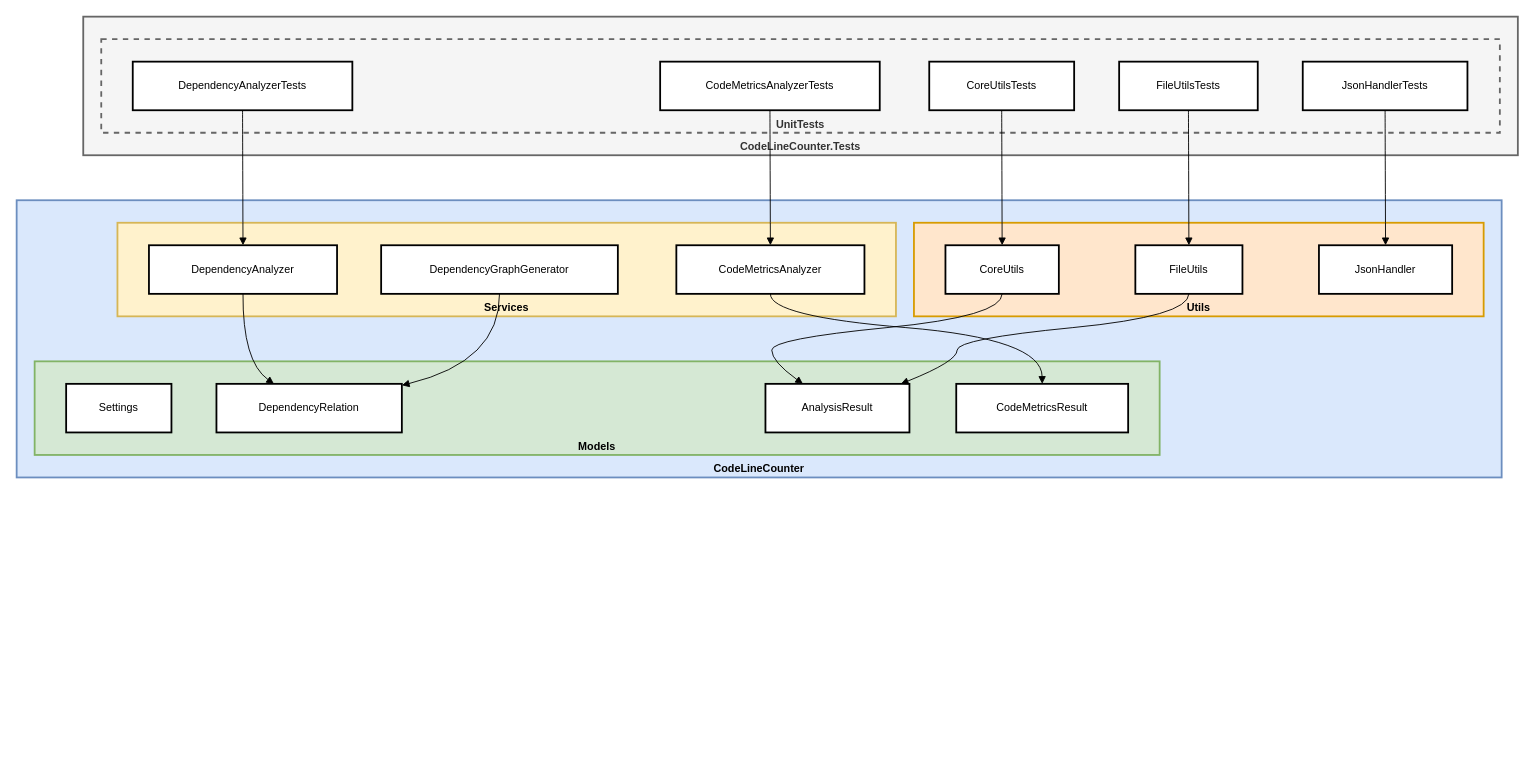
Earlier version of the draw.io diagram assets/archi.drawio (magic5644/codeLineCounter). Source tidied: cells renumbered, new cells numbered last; positions are measured from the earlier drawing's top-left corner, leaving out a move shared by most shapes. Both pictures are drawn from the tidied source at 90%, with x=0, y=0 at pixel (16, 16).
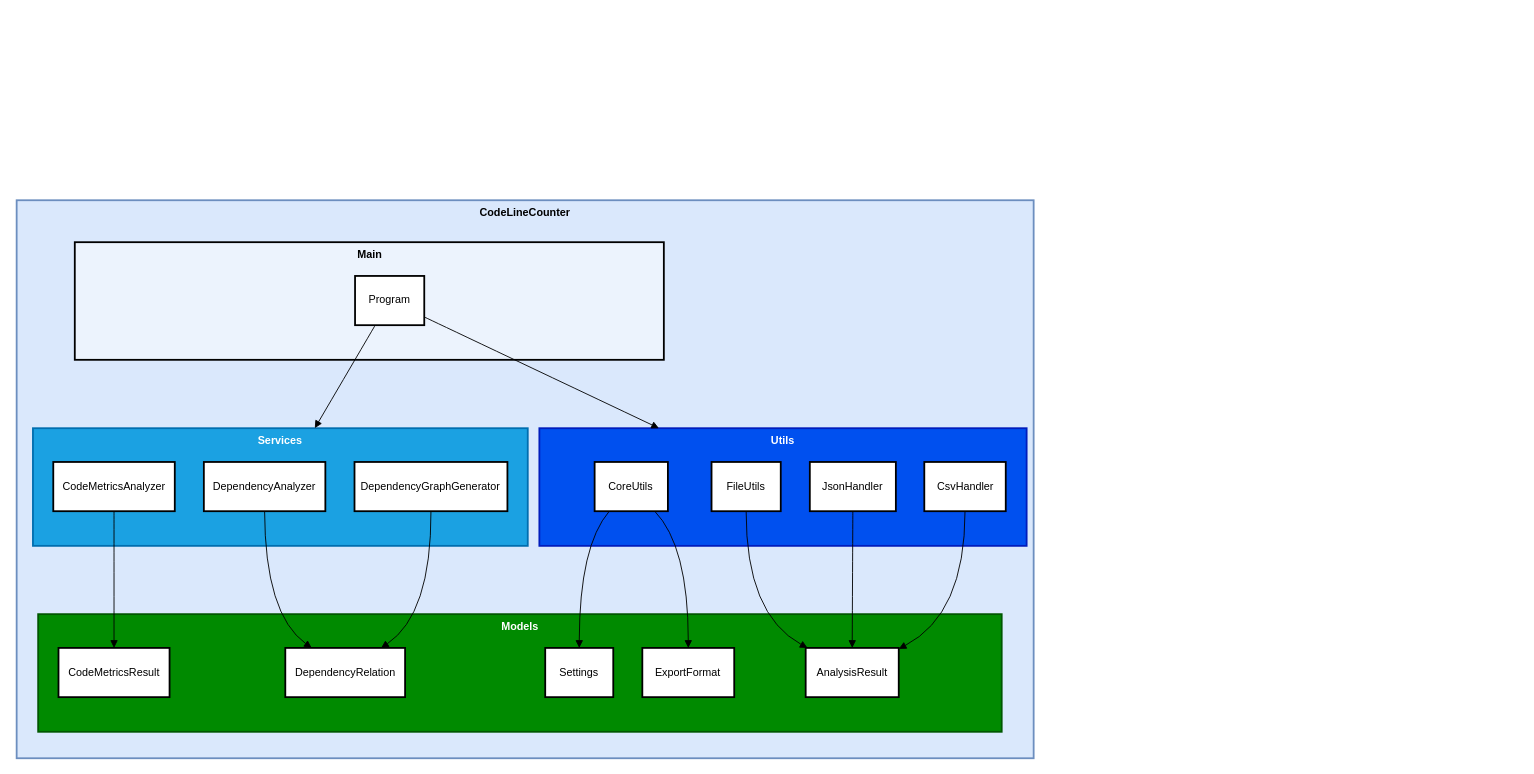
The same diagram, later.

Commit message:
refactor: improve code drawio architectural readability

Change to the diagram source:
```diff
@@
-    <mxCell id="2" value="CodeLineCounter.Tests" style="whiteSpace=wrap;strokeWidth=2;verticalAlign=bottom;fontStyle=1;fillColor=#f5f5f5;fontColor=#333333;strokeColor=#666666;" parent="1" vertex="1">
-      <mxGeometry x="74" width="1594" height="154" as="geometry" />
-    </mxCell>
-    <mxCell id="3" value="UnitTests" style="whiteSpace=wrap;strokeWidth=2;verticalAlign=bottom;fontStyle=1;fillColor=#f5f5f5;fontColor=#333333;strokeColor=#666666;dashed=1;" parent="1" vertex="1">
-      <mxGeometry x="94" y="25" width="1554" height="104" as="geometry" />
-    </mxCell>
-    <mxCell id="4" value="CodeLineCounter" style="whiteSpace=wrap;strokeWidth=2;verticalAlign=bottom;fontStyle=1;fillColor=#dae8fc;strokeColor=#6c8ebf;" parent="1" vertex="1">
-      <mxGeometry y="204" width="1650" height="308" as="geometry" />
+    <mxCell id="4" value="CodeLineCounter" style="whiteSpace=wrap;strokeWidth=2;verticalAlign=top;fontStyle=1;fillColor=#dae8fc;strokeColor=#6c8ebf;" parent="1" vertex="1">
+      <mxGeometry y="204" width="1130" height="620" as="geometry" />
     </mxCell>
-    <mxCell id="5" value="Utils" style="whiteSpace=wrap;strokeWidth=2;verticalAlign=bottom;fontStyle=1;fillColor=#ffe6cc;strokeColor=#d79b00;" parent="1" vertex="1">
-      <mxGeometry x="997" y="229" width="633" height="104" as="geometry" />
+    <mxCell id="5" value="Utils" style="whiteSpace=wrap;strokeWidth=2;fontStyle=1;verticalAlign=top;fillColor=#0050ef;fontColor=#ffffff;strokeColor=#001DBC;" parent="4" vertex="1">
+      <mxGeometry x="580.8" y="253.3" width="541.4" height="130.7" as="geometry" />
     </mxCell>
+    <mxCell id="15" value="CoreUtils" style="whiteSpace=wrap;strokeWidth=2;" parent="4" vertex="1">
+      <mxGeometry x="642.2" y="290.8" width="81.4" height="54.7" as="geometry" />
+    </mxCell>
-    <mxCell id="6" value="Services" style="whiteSpace=wrap;strokeWidth=2;verticalAlign=bottom;fontStyle=1;fillColor=#fff2cc;strokeColor=#d6b656;" parent="1" vertex="1">
-      <mxGeometry x="112" y="229" width="865" height="104" as="geometry" />
+    <mxCell id="6" value="Services" style="whiteSpace=wrap;strokeWidth=2;verticalAlign=top;fontStyle=1;fillOpacity=100;arcSize=12;fillColor=#1ba1e2;fontColor=#ffffff;strokeColor=#006EAF;" parent="4" vertex="1">
+      <mxGeometry x="18.1" y="253.3" width="549.8" height="130.7" as="geometry" />
     </mxCell>
+    <mxCell id="12" value="CodeMetricsAnalyzer" style="whiteSpace=wrap;strokeWidth=2;" parent="4" vertex="1">
+      <mxGeometry x="40.7" y="290.8" width="135" height="54.7" as="geometry" />
+    </mxCell>
-    <mxCell id="7" value="Models" style="whiteSpace=wrap;strokeWidth=2;verticalAlign=bottom;fontStyle=1;fillColor=#d5e8d4;strokeColor=#82b366;" parent="1" vertex="1">
-      <mxGeometry x="20" y="383" width="1250" height="104" as="geometry" />
+    <mxCell id="7" value="Models" style="whiteSpace=wrap;strokeWidth=2;verticalAlign=top;fontStyle=1;fillColor=#008a00;fontColor=#ffffff;strokeColor=#005700;" parent="4" vertex="1">
+      <mxGeometry x="23.9" y="459.9" width="1070.6" height="130.7" as="geometry" />
     </mxCell>
+    <mxCell id="11" value="CodeMetricsResult" style="whiteSpace=wrap;strokeWidth=2;" parent="4" vertex="1">
+      <mxGeometry x="46.5" y="497.4" width="123.4" height="54.7" as="geometry" />
+    </mxCell>
+    <mxCell id="13" value="DependencyAnalyzer" style="whiteSpace=wrap;strokeWidth=2;" parent="4" vertex="1">
+      <mxGeometry x="208" y="290.8" width="135" height="54.7" as="geometry" />
+    </mxCell>
+    <mxCell id="9" value="DependencyRelation" style="whiteSpace=wrap;strokeWidth=2;" parent="4" vertex="1">
+      <mxGeometry x="298.5" y="497.4" width="133.1" height="54.7" as="geometry" />
+    </mxCell>
+    <mxCell id="14" value="DependencyGraphGenerator" style="whiteSpace=wrap;strokeWidth=2;" parent="4" vertex="1">
+      <mxGeometry x="375.4" y="290.8" width="169.9" height="54.7" as="geometry" />
+    </mxCell>
-    <mxCell id="8" value="Settings" style="whiteSpace=wrap;strokeWidth=2;" parent="1" vertex="1">
-      <mxGeometry x="55" y="408" width="117" height="54" as="geometry" />
+    <mxCell id="8" value="Settings" style="whiteSpace=wrap;strokeWidth=2;" parent="4" vertex="1">
+      <mxGeometry x="587.3" y="497.4" width="75.6" height="54.7" as="geometry" />
     </mxCell>
-    <mxCell id="9" value="DependencyRelation" style="whiteSpace=wrap;strokeWidth=2;" parent="1" vertex="1">
-      <mxGeometry x="222" y="408" width="206" height="54" as="geometry" />
-    </mxCell>
+    <mxCell id="33" value="ExportFormat" style="whiteSpace=wrap;strokeWidth=2;" parent="4" vertex="1">
+      <mxGeometry x="695.2" y="497.4" width="102.1" height="54.7" as="geometry" />
+    </mxCell>
+    <mxCell id="16" value="FileUtils" style="whiteSpace=wrap;strokeWidth=2;" parent="4" vertex="1">
+      <mxGeometry x="772.1" y="290.8" width="76.9" height="54.7" as="geometry" />
+    </mxCell>
-    <mxCell id="10" value="AnalysisResult" style="whiteSpace=wrap;strokeWidth=2;" parent="1" vertex="1">
-      <mxGeometry x="832" y="408" width="160" height="54" as="geometry" />
+    <mxCell id="10" value="AnalysisResult" style="whiteSpace=wrap;strokeWidth=2;" parent="4" vertex="1">
+      <mxGeometry x="876.7" y="497.4" width="103.4" height="54.7" as="geometry" />
     </mxCell>
-    <mxCell id="11" value="CodeMetricsResult" style="whiteSpace=wrap;strokeWidth=2;" parent="1" vertex="1">
-      <mxGeometry x="1044" y="408" width="191" height="54" as="geometry" />
-    </mxCell>
-    <mxCell id="12" value="CodeMetricsAnalyzer" style="whiteSpace=wrap;strokeWidth=2;" parent="1" vertex="1">
-      <mxGeometry x="733" y="254" width="209" height="54" as="geometry" />
-    </mxCell>
-    <mxCell id="13" value="DependencyAnalyzer" style="whiteSpace=wrap;strokeWidth=2;" parent="1" vertex="1">
-      <mxGeometry x="147" y="254" width="209" height="54" as="geometry" />
-    </mxCell>
-    <mxCell id="14" value="DependencyGraphGenerator" style="whiteSpace=wrap;strokeWidth=2;" parent="1" vertex="1">
-      <mxGeometry x="405" y="254" width="263" height="54" as="geometry" />
-    </mxCell>
-    <mxCell id="15" value="CoreUtils" style="whiteSpace=wrap;strokeWidth=2;" parent="1" vertex="1">
-      <mxGeometry x="1032" y="254" width="126" height="54" as="geometry" />
-    </mxCell>
-    <mxCell id="16" value="FileUtils" style="whiteSpace=wrap;strokeWidth=2;" parent="1" vertex="1">
-      <mxGeometry x="1243" y="254" width="119" height="54" as="geometry" />
-    </mxCell>
-    <mxCell id="17" value="JsonHandler" style="whiteSpace=wrap;strokeWidth=2;" parent="1" vertex="1">
-      <mxGeometry x="1447" y="254" width="148" height="54" as="geometry" />
+    <mxCell id="17" value="JsonHandler" style="whiteSpace=wrap;strokeWidth=2;" parent="4" vertex="1">
+      <mxGeometry x="881.3" y="290.8" width="95.6" height="54.7" as="geometry" />
     </mxCell>
-    <mxCell id="18" value="FileUtilsTests" style="whiteSpace=wrap;strokeWidth=2;" parent="1" vertex="1">
-      <mxGeometry x="1225" y="50" width="154" height="54" as="geometry" />
-    </mxCell>
-    <mxCell id="19" value="JsonHandlerTests" style="whiteSpace=wrap;strokeWidth=2;" parent="1" vertex="1">
-      <mxGeometry x="1429" y="50" width="183" height="54" as="geometry" />
-    </mxCell>
-    <mxCell id="20" value="CodeMetricsAnalyzerTests" style="whiteSpace=wrap;strokeWidth=2;" parent="1" vertex="1">
-      <mxGeometry x="715" y="50" width="244" height="54" as="geometry" />
-    </mxCell>
-    <mxCell id="21" value="DependencyAnalyzerTests" style="whiteSpace=wrap;strokeWidth=2;" parent="1" vertex="1">
-      <mxGeometry x="129" y="50" width="244" height="54" as="geometry" />
-    </mxCell>
-    <mxCell id="22" value="CoreUtilsTests" style="whiteSpace=wrap;strokeWidth=2;" parent="1" vertex="1">
-      <mxGeometry x="1014" y="50" width="161" height="54" as="geometry" />
-    </mxCell>
+    <mxCell id="34" value="CsvHandler" style="whiteSpace=wrap;strokeWidth=2;" parent="4" vertex="1">
+      <mxGeometry x="1008.5" y="290.8" width="90.5" height="54.7" as="geometry" />
+    </mxCell>
+    <mxCell id="35" value="Main" style="whiteSpace=wrap;strokeWidth=2;fillOpacity=50;strokeOpacity=100;verticalAlign=top;fontStyle=1;" parent="4" vertex="1">
+      <mxGeometry x="64.6" y="46.6" width="654.5" height="130.7" as="geometry" />
+    </mxCell>
+    <mxCell id="36" value="Program" style="whiteSpace=wrap;strokeWidth=2;" parent="4" vertex="1">
+      <mxGeometry x="376" y="84.1" width="76.9" height="54.7" as="geometry" />
+    </mxCell>
-    <mxCell id="23" style="curved=1;startArrow=none;endArrow=block;exitX=0.5;exitY=1;entryX=0.5;entryY=0;rounded=0;" parent="1" edge="1" source="12" target="11">
-      <mxGeometry relative="1" as="geometry">
-        <Array as="points">
-          <mxPoint x="837" y="333" />
-          <mxPoint x="1139" y="358" />
-        </Array>
-      </mxGeometry>
+    <mxCell id="23" style="curved=1;startArrow=none;endArrow=block;exitX=0.5;exitY=1;entryX=0.5;entryY=0;rounded=0;" parent="4" edge="1" source="12" target="11">
+      <mxGeometry relative="1" as="geometry" />
     </mxCell>
-    <mxCell id="24" style="curved=1;startArrow=none;endArrow=block;exitX=0.5;exitY=1;entryX=0.31;entryY=0;rounded=0;" parent="1" edge="1" source="13" target="9">
+    <mxCell id="24" style="curved=1;startArrow=none;endArrow=block;exitX=0.5;exitY=1;entryX=0.22;entryY=0;rounded=0;" parent="4" edge="1" source="13" target="9">
       <mxGeometry relative="1" as="geometry">
         <Array as="points">
-          <mxPoint x="251" y="383" />
+          <mxPoint x="275.9" y="459.9" />
         </Array>
       </mxGeometry>
     </mxCell>
-    <mxCell id="25" style="curved=1;startArrow=none;endArrow=block;exitX=0.5;exitY=1;entryX=1;entryY=0.03;rounded=0;" parent="1" edge="1" source="14" target="9">
+    <mxCell id="25" style="curved=1;startArrow=none;endArrow=block;exitX=0.5;exitY=1;entryX=0.8;entryY=0;rounded=0;" parent="4" edge="1" source="14" target="9">
       <mxGeometry relative="1" as="geometry">
         <Array as="points">
-          <mxPoint x="537" y="383" />
+          <mxPoint x="460.7" y="459.9" />
         </Array>
       </mxGeometry>
     </mxCell>
-    <mxCell id="26" style="curved=1;startArrow=none;endArrow=block;exitX=0.5;exitY=1;entryX=0.26;entryY=0;rounded=0;" parent="1" edge="1" source="15" target="10">
-      <mxGeometry relative="1" as="geometry">
-        <Array as="points">
-          <mxPoint x="1095" y="333" />
-          <mxPoint x="839" y="358" />
-          <mxPoint x="839" y="383" />
-        </Array>
-      </mxGeometry>
-    </mxCell>
+    <mxCell id="37" style="curved=1;startArrow=none;endArrow=block;exitX=0.2;exitY=1;entryX=0.5;entryY=0;rounded=0;" parent="4" edge="1" source="15" target="8">
+      <mxGeometry relative="1" as="geometry">
+        <Array as="points">
+          <mxPoint x="625.4" y="384" />
+        </Array>
+      </mxGeometry>
+    </mxCell>
+    <mxCell id="38" style="curved=1;startArrow=none;endArrow=block;exitX=0.82;exitY=1;entryX=0.5;entryY=0;rounded=0;" parent="4" edge="1" source="15" target="33">
+      <mxGeometry relative="1" as="geometry">
+        <Array as="points">
+          <mxPoint x="746.2" y="384" />
+        </Array>
+      </mxGeometry>
+    </mxCell>
-    <mxCell id="27" style="curved=1;startArrow=none;endArrow=block;exitX=0.5;exitY=1;entryX=0.94;entryY=0;rounded=0;" parent="1" edge="1" source="16" target="10">
+    <mxCell id="27" style="curved=1;startArrow=none;endArrow=block;exitX=0.5;exitY=1;entryX=0.02;entryY=0;rounded=0;" parent="4" edge="1" source="16" target="10">
       <mxGeometry relative="1" as="geometry">
         <Array as="points">
-          <mxPoint x="1302" y="333" />
-          <mxPoint x="1045" y="358" />
-          <mxPoint x="1045" y="383" />
+          <mxPoint x="810.2" y="459.9" />
         </Array>
       </mxGeometry>
     </mxCell>
-    <mxCell id="28" style="curved=1;startArrow=none;endArrow=block;exitX=0.5;exitY=1;entryX=0.5;entryY=0;rounded=0;" parent="1" edge="1" source="18" target="16">
-      <mxGeometry relative="1" as="geometry" />
-    </mxCell>
-    <mxCell id="29" style="curved=1;startArrow=none;endArrow=block;exitX=0.5;exitY=1;entryX=0.5;entryY=0;rounded=0;" parent="1" edge="1" source="19" target="17">
-      <mxGeometry relative="1" as="geometry" />
-    </mxCell>
-    <mxCell id="30" style="curved=1;startArrow=none;endArrow=block;exitX=0.5;exitY=1;entryX=0.5;entryY=0;rounded=0;" parent="1" edge="1" source="20" target="12">
-      <mxGeometry relative="1" as="geometry" />
-    </mxCell>
-    <mxCell id="31" style="curved=1;startArrow=none;endArrow=block;exitX=0.5;exitY=1;entryX=0.5;entryY=0;rounded=0;" parent="1" edge="1" source="21" target="13">
-      <mxGeometry relative="1" as="geometry" />
-    </mxCell>
-    <mxCell id="32" style="curved=1;startArrow=none;endArrow=block;exitX=0.5;exitY=1;entryX=0.5;entryY=0;rounded=0;" parent="1" edge="1" source="22" target="15">
-      <mxGeometry relative="1" as="geometry" />
-    </mxCell>
+    <mxCell id="39" style="curved=1;startArrow=none;endArrow=block;exitX=0.5;exitY=1;entryX=0.5;entryY=0;rounded=0;" parent="4" edge="1" source="17" target="10">
+      <mxGeometry relative="1" as="geometry" />
+    </mxCell>
+    <mxCell id="40" style="curved=1;startArrow=none;endArrow=block;exitX=0.5;exitY=1;entryX=1.01;entryY=0.01;rounded=0;" parent="4" edge="1" source="34" target="10">
+      <mxGeometry relative="1" as="geometry">
+        <Array as="points">
+          <mxPoint x="1053.8" y="459.9" />
+        </Array>
+      </mxGeometry>
+    </mxCell>
+    <mxCell id="41" style="curved=1;startArrow=none;endArrow=block;rounded=0;" parent="4" edge="1" source="36" target="6">
+      <mxGeometry relative="1" as="geometry" />
+    </mxCell>
+    <mxCell id="42" style="curved=1;startArrow=none;endArrow=block;rounded=0;" parent="4" edge="1" source="36" target="5">
+      <mxGeometry relative="1" as="geometry" />
+    </mxCell>
```
